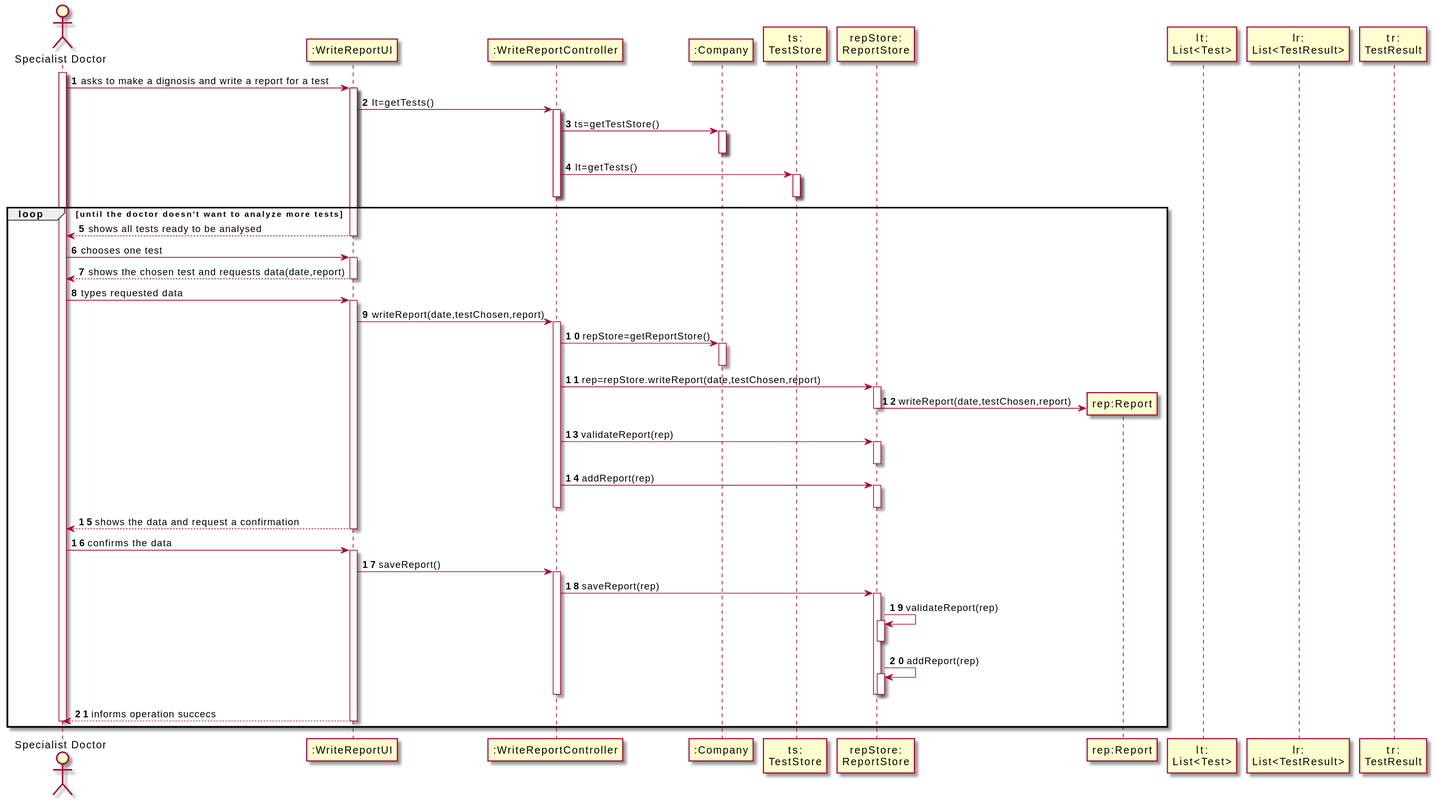
This is docs/SprintC/US_14/ImagesUsed/US14_SD.svg from RuiRioPina/LAPR2-20-21, a PlantUML export, as it was before one commit.
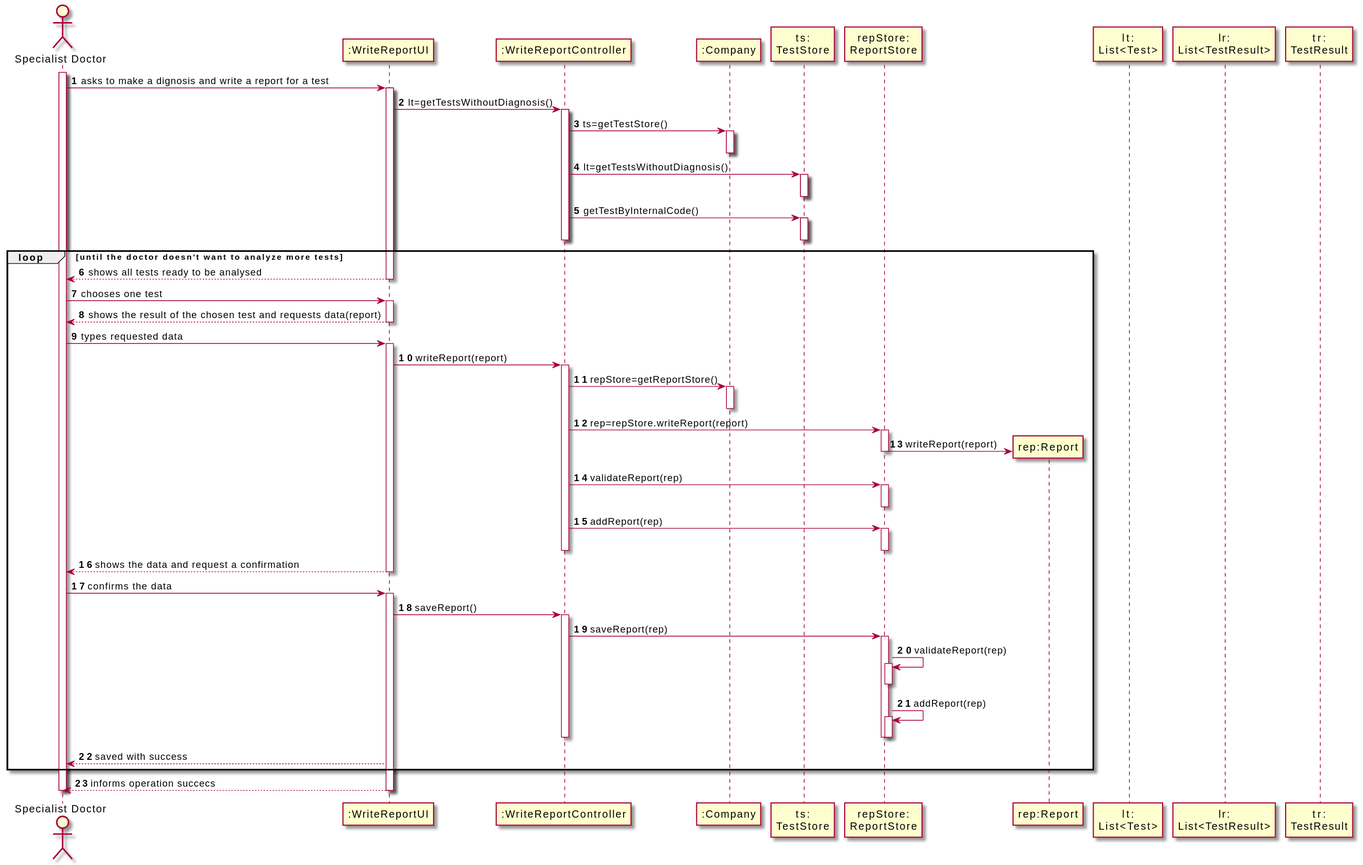
After the commit.

Change to the diagram source:
```diff
@@ -16,12 +16,15 @@
 activate SD
 SD-> UI : asks to make a dignosis and write a report for a test
 activate UI
-UI -> CTRL : lt=getTests()
+UI -> CTRL : lt=getTestsWithoutDiagnosis()
 activate CTRL
 CTRL -> CMP: ts=getTestStore()
 activate CMP
 deactivate CMP
-CTRL -> TSTORE : lt=getTests()
+CTRL -> TSTORE : lt=getTestsWithoutDiagnosis()
+activate TSTORE
+deactivate TSTORE
+CTRL -> TSTORE : getTestByInternalCode()
 activate TSTORE
 deactivate TSTORE
 deactivate CTRL
@@ -30,18 +33,18 @@
 deactivate UI
 SD -> UI : chooses one test
 activate UI
-UI --> SD : shows the chosen test and requests data(date,report)
+UI --> SD : shows the result of the chosen test and requests data(report)
 deactivate UI
 SD -> UI : types requested data
 activate UI
-UI-> CTRL : writeReport(date,testChosen,report)
+UI-> CTRL : writeReport(report)
 activate CTRL
 CTRL -> CMP : repStore=getReportStore()
 activate CMP
 deactivate CMP
-CTRL -> STORE : rep=repStore.writeReport(date,testChosen,report)
+CTRL -> STORE : rep=repStore.writeReport(report)
 activate STORE
-STORE -> REP** : writeReport(date,testChosen,report)
+STORE -> REP** : writeReport(report)
 deactivate STORE
 
 CTRL -> STORE : validateReport(rep)
@@ -75,9 +78,10 @@
 deactivate STORE
 deactivate CTRL
 
+UI --> SD : saved with success
+end
 UI --> SD: informs operation succecs
 deactivate UI
 
 deactivate SD
-end
 @enduml
```
